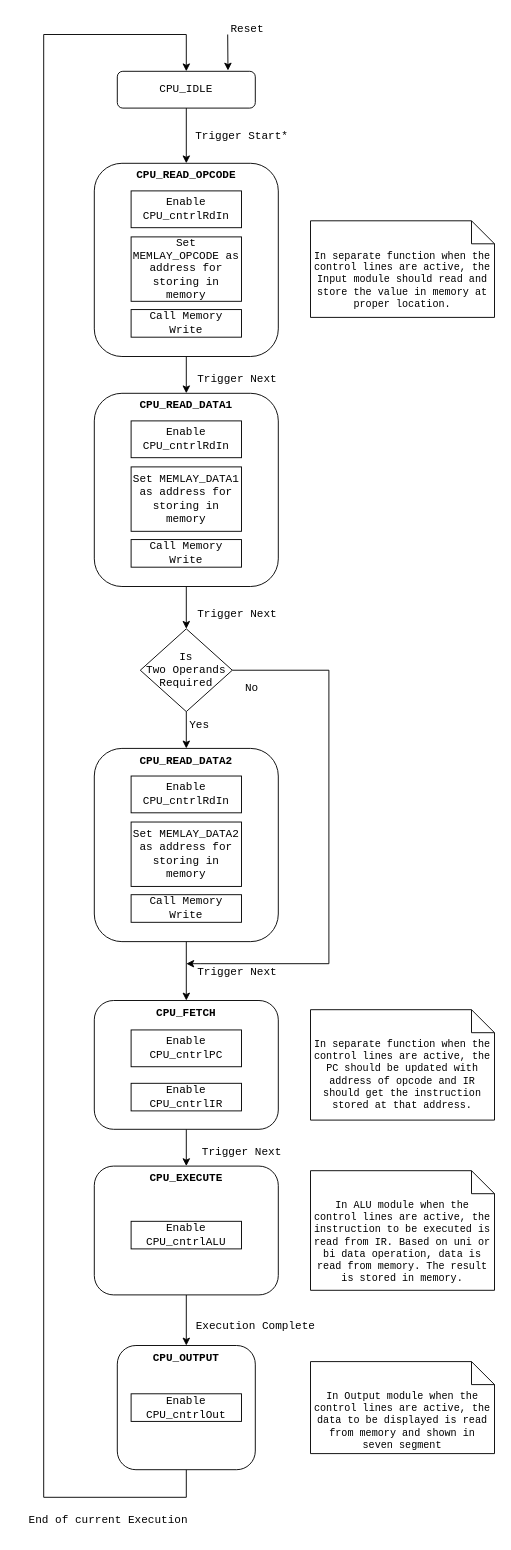
Earlier version of the draw.io diagram page "Detailed : SM" (2 of 3) of 04_ControlUnit_v1/Untitled Diagram.drawio (Vichu95/Basic_CPU_FPGA). Source tidied: cells renumbered, new cells numbered last; positions are measured from the earlier drawing's top-left corner, leaving out a move shared by most shapes. Both pictures are drawn from the tidied source at 92%, with x=0, y=0 at pixel (16, 16).
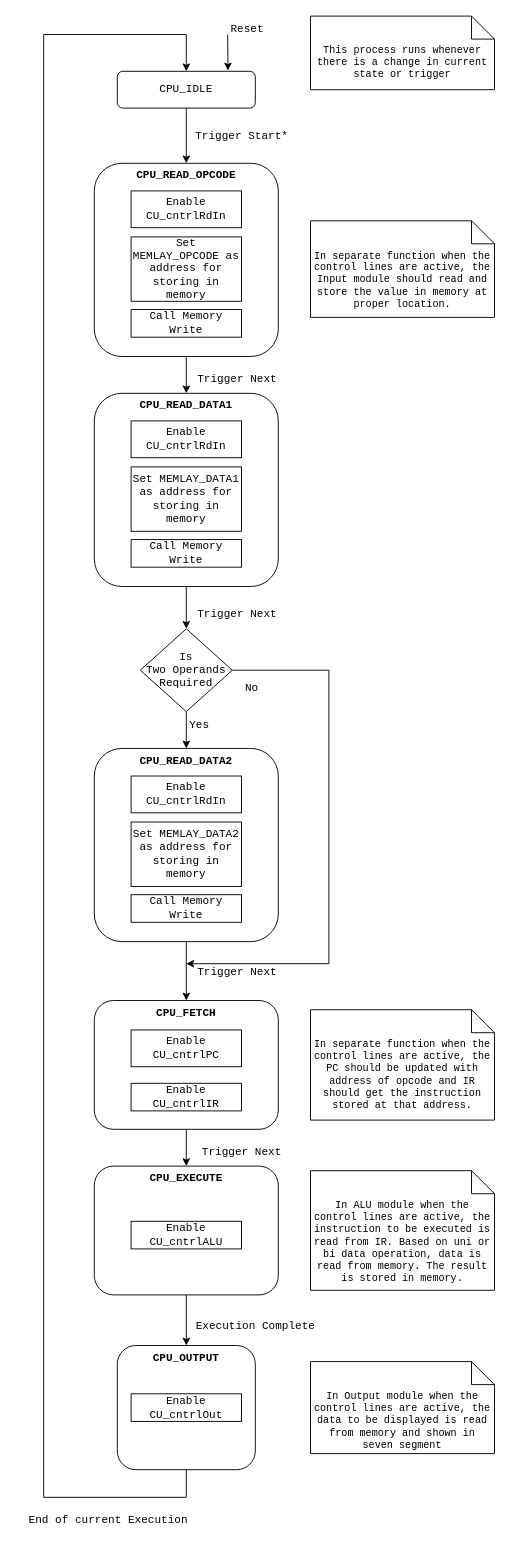
The same diagram, later.

Commit message:
added more comments, and initial version of block diagram

What changed in the source:
```diff
@@
-    <mxCell id="24" value="Enable CPU_cntrlRdIn" style="rounded=0;whiteSpace=wrap;html=1;fontFamily=Courier New;" parent="1" vertex="1">
+    <mxCell id="24" value="Enable CU_cntrlRdIn" style="rounded=0;whiteSpace=wrap;html=1;fontFamily=Courier New;" parent="1" vertex="1">
       <mxGeometry x="125" y="190" width="120" height="40" as="geometry" />
     </mxCell>
@@
-    <mxCell id="28" value="Enable CPU_cntrlRdIn" style="rounded=0;whiteSpace=wrap;html=1;fontFamily=Courier New;" parent="1" vertex="1">
+    <mxCell id="28" value="Enable CU_cntrlRdIn" style="rounded=0;whiteSpace=wrap;html=1;fontFamily=Courier New;" parent="1" vertex="1">
       <mxGeometry x="125" y="440" width="120" height="40" as="geometry" />
     </mxCell>
@@
-    <mxCell id="33" value="Enable CPU_cntrlRdIn" style="rounded=0;whiteSpace=wrap;html=1;fontFamily=Courier New;" parent="1" vertex="1">
+    <mxCell id="33" value="Enable CU_cntrlRdIn" style="rounded=0;whiteSpace=wrap;html=1;fontFamily=Courier New;" parent="1" vertex="1">
       <mxGeometry x="125" y="826" width="120" height="40" as="geometry" />
     </mxCell>
@@
-    <mxCell id="39" value="Enable CPU_cntrlPC" style="rounded=0;whiteSpace=wrap;html=1;fontFamily=Courier New;" parent="1" vertex="1">
+    <mxCell id="39" value="Enable CU_cntrlPC" style="rounded=0;whiteSpace=wrap;html=1;fontFamily=Courier New;" parent="1" vertex="1">
       <mxGeometry x="125" y="1102" width="120" height="40" as="geometry" />
     </mxCell>
-    <mxCell id="40" value="Enable CPU_cntrlIR" style="rounded=0;whiteSpace=wrap;html=1;fontFamily=Courier New;" parent="1" vertex="1">
+    <mxCell id="40" value="Enable CU_cntrlIR" style="rounded=0;whiteSpace=wrap;html=1;fontFamily=Courier New;" parent="1" vertex="1">
       <mxGeometry x="125" y="1160" width="120" height="30" as="geometry" />
     </mxCell>
-    <mxCell id="41" value="Enable CPU_cntrlALU" style="rounded=0;whiteSpace=wrap;html=1;fontFamily=Courier New;" parent="1" vertex="1">
+    <mxCell id="41" value="Enable CU_cntrlALU" style="rounded=0;whiteSpace=wrap;html=1;fontFamily=Courier New;" parent="1" vertex="1">
       <mxGeometry x="125" y="1310" width="120" height="30" as="geometry" />
     </mxCell>
@@
-    <mxCell id="45" value="Enable CPU_cntrlOut" style="rounded=0;whiteSpace=wrap;html=1;fontFamily=Courier New;" parent="1" vertex="1">
+    <mxCell id="45" value="Enable CU_cntrlOut" style="rounded=0;whiteSpace=wrap;html=1;fontFamily=Courier New;" parent="1" vertex="1">
       <mxGeometry x="125" y="1497.5" width="120" height="30" as="geometry" />
     </mxCell>
@@
+    <mxCell id="47" value="This process runs whenever there is a change in current state or trigger" style="shape=note2;boundedLbl=1;whiteSpace=wrap;html=1;size=25;verticalAlign=top;align=center;fontFamily=Courier New;fontSize=11;" parent="1" vertex="1">
+      <mxGeometry x="320" width="200" height="80" as="geometry" />
+    </mxCell>
```
